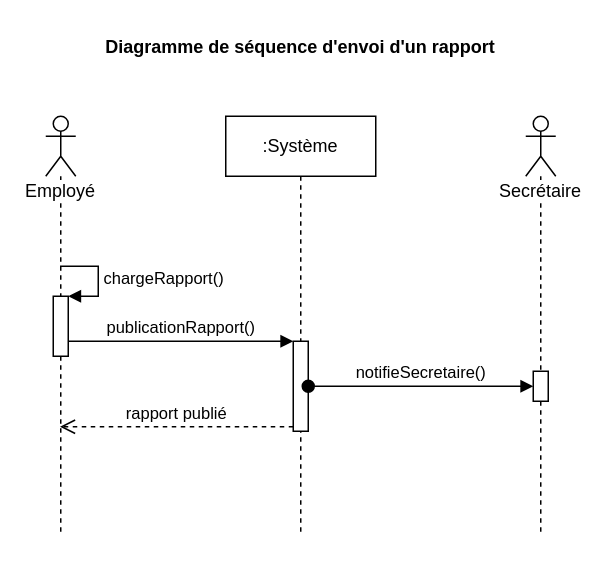
Earlier version of the draw.io diagram Diagrammes/03 - Séquences/Envoie rapport/03 - Séquences - Envoi rapport.drawio (Neilerua13/tp-analyse-uml). Source tidied: cells renumbered, new cells numbered last; positions are measured from the earlier drawing's top-left corner, leaving out a move shared by most shapes. Both pictures are drawn from the tidied source at 150%, with x=0, y=0 at pixel (45, 26).
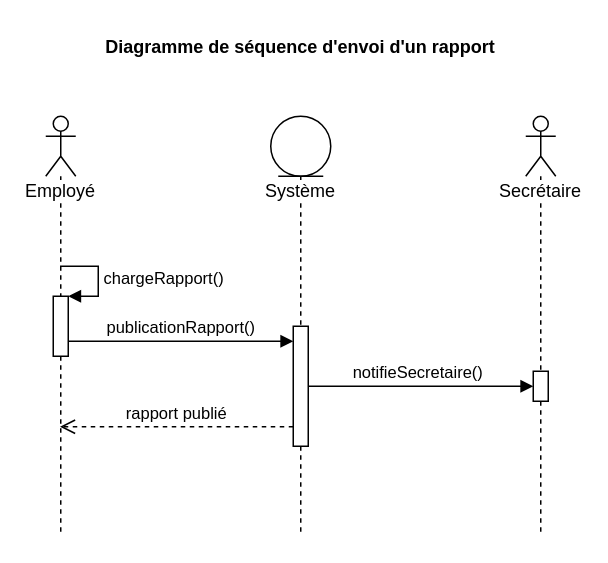
The same page after the edit.

Commit message (it also covers changes not shown here):
Refonte diagramme de séquence avec Jacobson

What changed in the source:
```diff
@@
 <mxGraphModel>
   <root>
     <mxCell id="0" />
     <mxCell id="1" parent="0" />
     <mxCell id="2" value="Employé" style="shape=umlLifeline;participant=umlActor;perimeter=lifelinePerimeter;whiteSpace=wrap;html=1;verticalAlign=top;spacingTop=36;labelBackgroundColor=#ffffff;outlineConnect=0;" parent="1" vertex="1">
       <mxGeometry y="60" width="20" height="280" as="geometry" />
     </mxCell>
     <mxCell id="3" style="html=1;points=[];perimeter=orthogonalPerimeter;" parent="2" vertex="1">
       <mxGeometry x="5" y="120" width="10" height="40" as="geometry" />
     </mxCell>
     <mxCell id="4" value="chargeRapport()" style="edgeStyle=orthogonalEdgeStyle;html=1;align=left;spacingLeft=2;endArrow=block;rounded=0;entryX=1;entryY=0;" parent="2" edge="1" source="2" target="3">
       <mxGeometry relative="1" as="geometry">
         <Array as="points">
           <mxPoint x="35" y="100" />
           <mxPoint x="35" y="120" />
         </Array>
       </mxGeometry>
     </mxCell>
-    <mxCell id="5" value=":Système" style="shape=umlLifeline;perimeter=lifelinePerimeter;whiteSpace=wrap;html=1;" parent="1" vertex="1">
-      <mxGeometry x="120" y="60" width="100" height="280" as="geometry" />
-    </mxCell>
-    <mxCell id="6" style="html=1;points=[];perimeter=orthogonalPerimeter;" parent="5" vertex="1">
-      <mxGeometry x="45" y="150" width="10" height="60" as="geometry" />
-    </mxCell>
-    <mxCell id="7" value="publicationRapport()" style="html=1;verticalAlign=bottom;endArrow=block;entryX=0;entryY=0;" parent="1" edge="1" source="3" target="6">
-      <mxGeometry relative="1" as="geometry" />
+    <mxCell id="7" value="publicationRapport()" style="html=1;verticalAlign=bottom;endArrow=block;entryX=0;entryY=0;" parent="1" edge="1" source="3">
+      <mxGeometry relative="1" as="geometry">
+        <mxPoint x="165" y="210" as="targetPoint" />
+      </mxGeometry>
     </mxCell>
-    <mxCell id="8" value="rapport publié" style="html=1;verticalAlign=bottom;endArrow=open;dashed=1;endSize=8;exitX=0;exitY=0.95;" parent="1" edge="1" source="6" target="2">
-      <mxGeometry relative="1" as="geometry" />
+    <mxCell id="8" value="rapport publié" style="html=1;verticalAlign=bottom;endArrow=open;dashed=1;endSize=8;exitX=0;exitY=0.95;" parent="1" edge="1" target="2">
+      <mxGeometry relative="1" as="geometry">
+        <mxPoint x="165" y="267" as="sourcePoint" />
+      </mxGeometry>
     </mxCell>
     <mxCell id="9" value="Secrétaire&lt;br&gt;" style="shape=umlLifeline;participant=umlActor;perimeter=lifelinePerimeter;whiteSpace=wrap;html=1;verticalAlign=top;spacingTop=36;labelBackgroundColor=#ffffff;" parent="1" vertex="1">
       <mxGeometry x="320" y="60" width="20" height="280" as="geometry" />
     </mxCell>
     <mxCell id="10" style="html=1;points=[];perimeter=orthogonalPerimeter;" parent="9" vertex="1">
       <mxGeometry x="5" y="170" width="10" height="20" as="geometry" />
     </mxCell>
-    <mxCell id="11" value="notifieSecretaire()" style="html=1;verticalAlign=bottom;startArrow=oval;endArrow=block;startSize=8;" parent="1" edge="1" source="6" target="10">
-      <mxGeometry relative="1" as="geometry" />
+    <mxCell id="11" value="notifieSecretaire()" style="html=1;verticalAlign=bottom;startArrow=oval;endArrow=block;startSize=8;" parent="1" edge="1" source="13" target="10">
+      <mxGeometry relative="1" as="geometry">
+        <Array as="points">
+          <mxPoint x="230" y="240" />
+        </Array>
+      </mxGeometry>
     </mxCell>
     <mxCell id="12" value="Diagramme de séquence d'envoi d'un rapport" style="text;align=center;fontStyle=1;verticalAlign=middle;spacingLeft=3;spacingRight=3;strokeColor=none;" parent="1" vertex="1">
       <mxGeometry x="130" width="80" height="26" as="geometry" />
     </mxCell>
+    <mxCell id="13" value="Système" style="shape=umlLifeline;participant=umlEntity;perimeter=lifelinePerimeter;whiteSpace=wrap;html=1;verticalAlign=top;spacingTop=36;labelBackgroundColor=#ffffff;outlineConnect=0;" parent="1" vertex="1">
+      <mxGeometry x="150" y="60" width="40" height="280" as="geometry" />
+    </mxCell>
+    <mxCell id="14" style="html=1;perimeter=orthogonalPerimeter;" parent="13" vertex="1">
+      <mxGeometry x="15" y="140" width="10" height="80" as="geometry" />
+    </mxCell>
   </root>
 </mxGraphModel>
```
